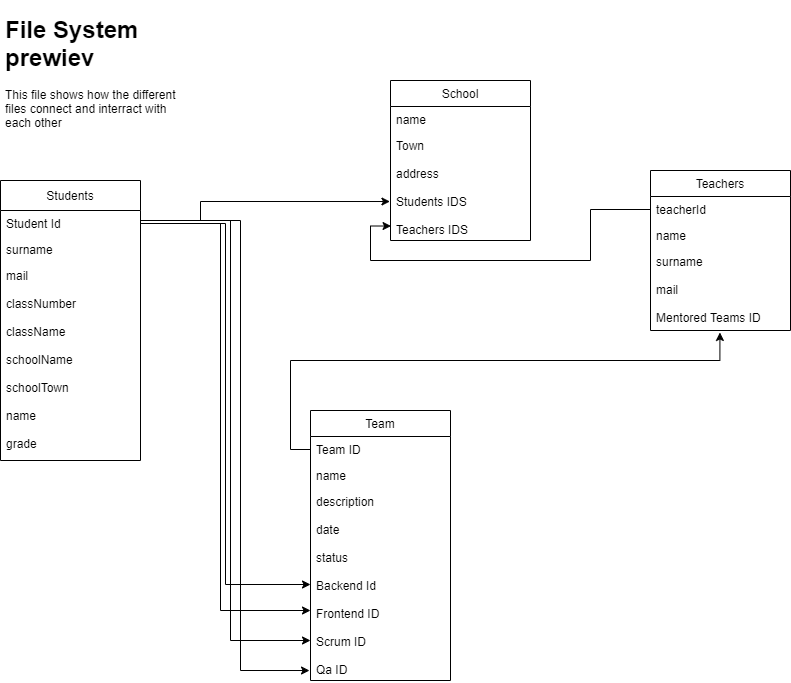
This is fileSystem.png from RSLilova18/KKB, a draw.io export, as it was before one commit. Source tidied: cells renumbered, new cells last; positions are measured from the earlier drawing's top-left corner, leaving out a move shared by most shapes.
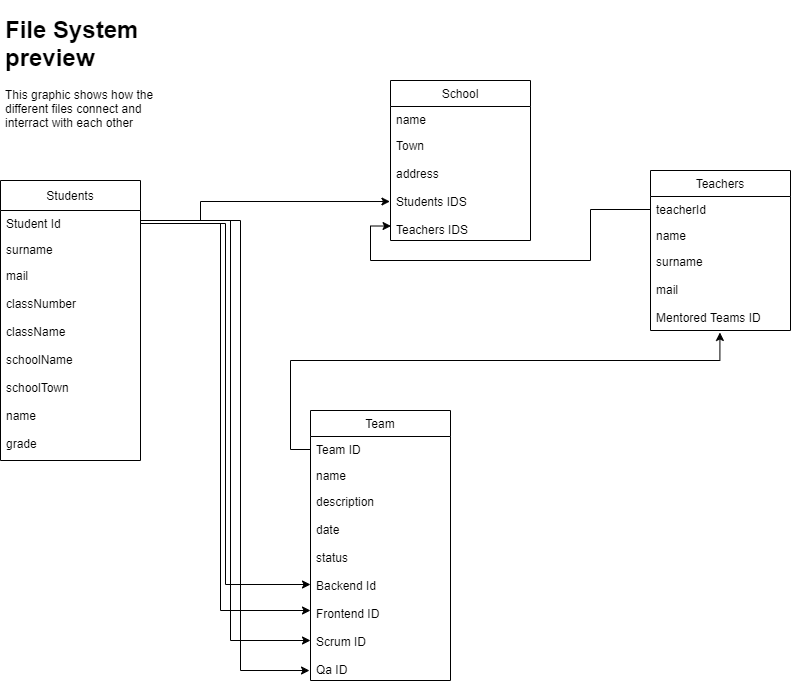
Above is the later version.

Diff of the diagram source:
```diff
@@ -14,7 +14,7 @@
     <mxCell id="5" value="mail&#10;&#10;classNumber&#10;&#10;className&#10;&#10;schoolName&#10;&#10;schoolTown&#10;&#10;name&#10;&#10;grade" style="text;strokeColor=none;fillColor=none;align=left;verticalAlign=top;spacingLeft=4;spacingRight=4;overflow=hidden;" parent="2" vertex="1">
       <mxGeometry y="82" width="140" height="198" as="geometry" />
     </mxCell>
-    <mxCell id="6" value="&lt;h1&gt;File System prewiev&lt;/h1&gt;&lt;p&gt;This file shows how the different files connect and interract with each other&lt;/p&gt;" style="text;html=1;strokeColor=none;fillColor=none;spacing=5;spacingTop=-20;whiteSpace=wrap;overflow=hidden;rounded=0;" parent="1" vertex="1">
+    <mxCell id="6" value="&lt;h1&gt;File System preview&lt;/h1&gt;&lt;p&gt;This graphic shows how the different files connect and interract with each other&lt;/p&gt;" style="text;html=1;strokeColor=none;fillColor=none;spacing=5;spacingTop=-20;whiteSpace=wrap;overflow=hidden;rounded=0;" parent="1" vertex="1">
       <mxGeometry width="190" height="130" as="geometry" />
     </mxCell>
     <mxCell id="7" value="Teachers" style="swimlane;fontStyle=0;horizontal=1;startSize=26;fillColor=none;" parent="1" vertex="1">
```
